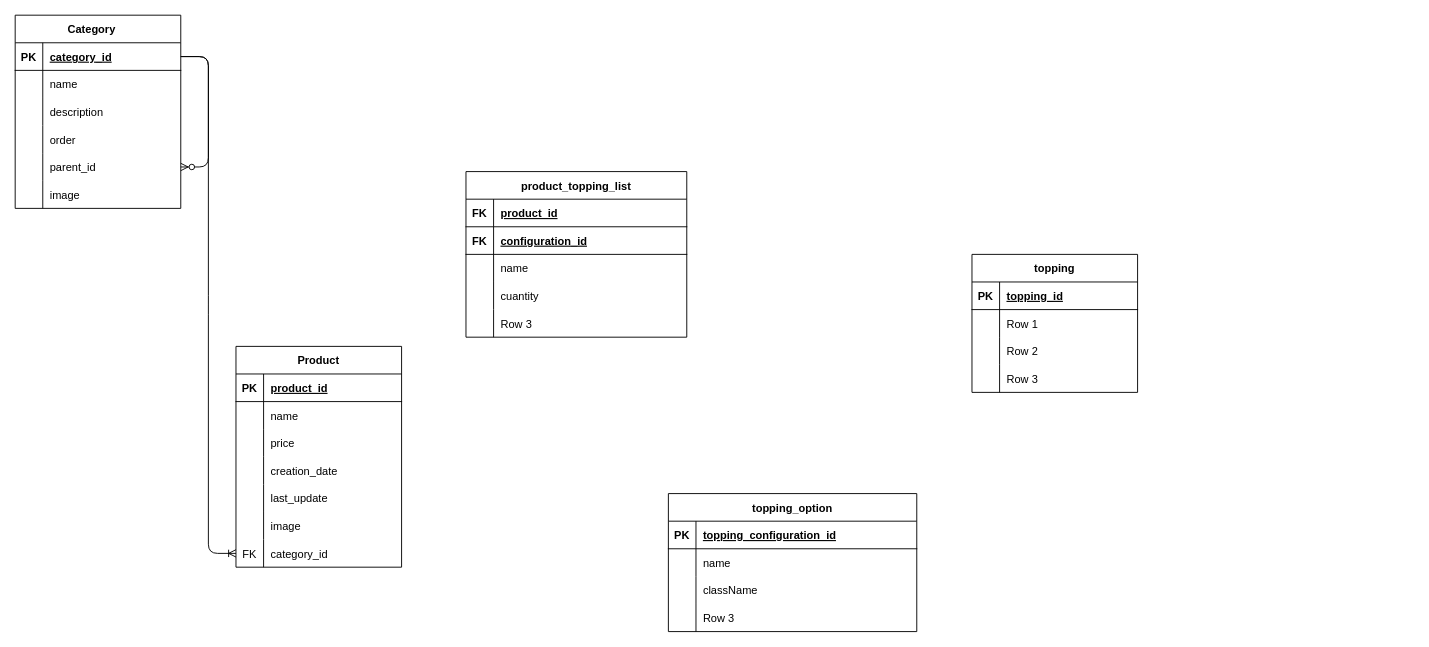
The draw.io diagram IceCreamManagementDB.drawio in Marvin25ronal/ice-cream-management, before the edit. Source tidied: cells renumbered, new cells numbered last; positions are measured from the earlier drawing's top-left corner, leaving out a move shared by most shapes. Both pictures are drawn from the tidied source at 92%, with x=0, y=0 at pixel (15, 15).
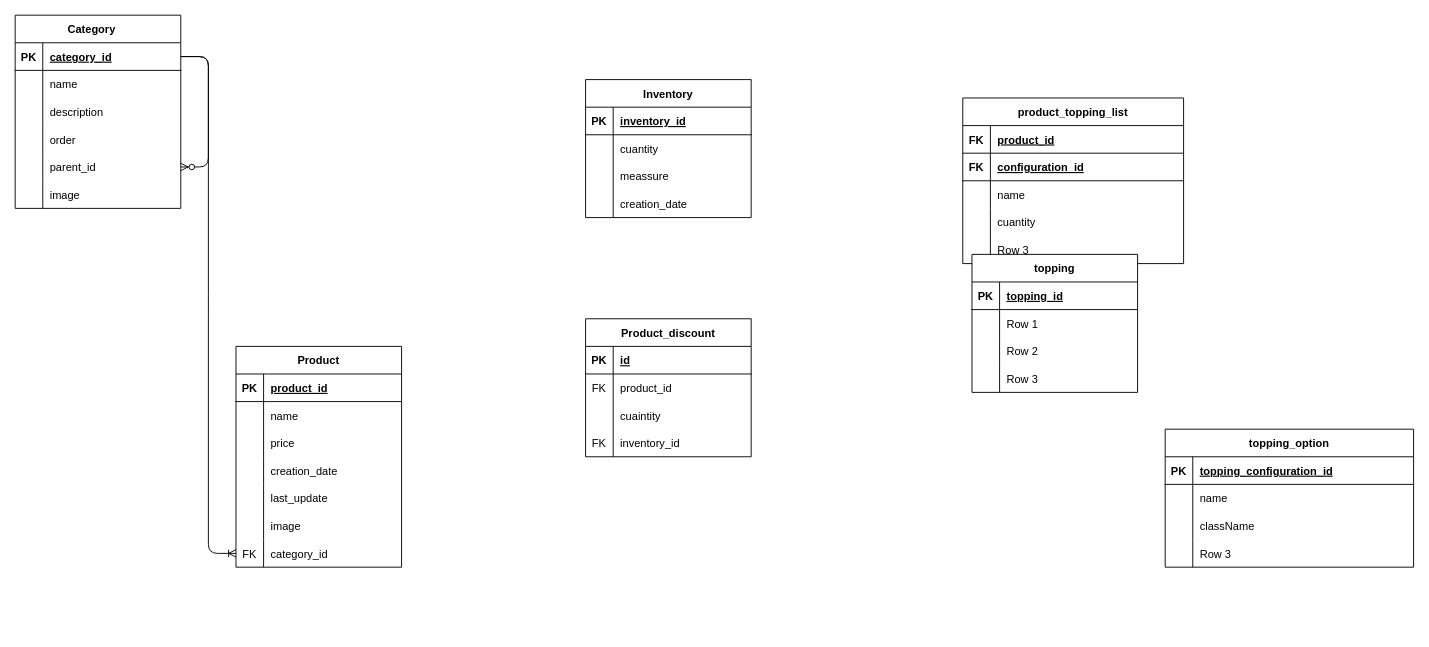
After the change.

Diff of the diagram source:
```diff
@@
     <mxCell id="44" value="topping_option" style="shape=table;startSize=30;childLayout=tableLayout;rowLines=0;fontStyle=1;align=center;" parent="1" vertex="1">
-      <mxGeometry x="710" y="520" width="270" height="150" as="geometry" />
+      <mxGeometry x="1250" y="450" width="270" height="150" as="geometry" />
     </mxCell>
@@
     <mxCell id="57" value="product_topping_list" style="shape=table;startSize=30;childLayout=tableLayout;rowLines=0;fontStyle=1;align=center;" parent="1" vertex="1">
-      <mxGeometry x="490" y="170" width="240" height="180" as="geometry" />
+      <mxGeometry x="1030" y="90" width="240" height="180" as="geometry" />
     </mxCell>
@@
+    <mxCell id="87" value="Inventory" style="shape=table;startSize=30;childLayout=tableLayout;rowLines=0;fontStyle=1;align=center;" parent="1" vertex="1">
+      <mxGeometry x="620" y="70" width="180" height="150" as="geometry" />
+    </mxCell>
+    <mxCell id="88" style="shape=tableRow;horizontal=0;startSize=0;swimlaneHead=0;swimlaneBody=0;fillColor=none;top=0;left=0;right=0;bottom=1;" parent="87" vertex="1">
+      <mxGeometry y="30" width="180" height="30" as="geometry" />
+    </mxCell>
+    <mxCell id="89" value="PK" style="shape=partialRectangle;fillColor=none;top=0;left=0;bottom=0;right=0;fontStyle=1;overflow=hidden;" parent="88" vertex="1">
+      <mxGeometry width="30" height="30" as="geometry" />
+    </mxCell>
+    <mxCell id="90" value="inventory_id" style="shape=partialRectangle;fillColor=none;top=0;left=0;bottom=0;right=0;align=left;spacingLeft=6;fontStyle=5;overflow=hidden;" parent="88" vertex="1">
+      <mxGeometry x="30" width="150" height="30" as="geometry" />
+    </mxCell>
+    <mxCell id="91" style="shape=tableRow;horizontal=0;startSize=0;swimlaneHead=0;swimlaneBody=0;fillColor=none;top=0;left=0;right=0;bottom=0;" parent="87" vertex="1">
+      <mxGeometry y="60" width="180" height="30" as="geometry" />
+    </mxCell>
+    <mxCell id="92" style="shape=partialRectangle;fillColor=none;top=0;left=0;bottom=0;right=0;overflow=hidden;" parent="91" vertex="1">
+      <mxGeometry width="30" height="30" as="geometry" />
+    </mxCell>
+    <mxCell id="93" value="cuantity" style="shape=partialRectangle;fillColor=none;top=0;left=0;bottom=0;right=0;align=left;spacingLeft=6;overflow=hidden;" parent="91" vertex="1">
+      <mxGeometry x="30" width="150" height="30" as="geometry" />
+    </mxCell>
+    <mxCell id="94" style="shape=tableRow;horizontal=0;startSize=0;swimlaneHead=0;swimlaneBody=0;fillColor=none;top=0;left=0;right=0;bottom=0;" parent="87" vertex="1">
+      <mxGeometry y="90" width="180" height="30" as="geometry" />
+    </mxCell>
+    <mxCell id="95" style="shape=partialRectangle;fillColor=none;top=0;left=0;bottom=0;right=0;overflow=hidden;" parent="94" vertex="1">
+      <mxGeometry width="30" height="30" as="geometry" />
+    </mxCell>
+    <mxCell id="96" value="meassure" style="shape=partialRectangle;fillColor=none;top=0;left=0;bottom=0;right=0;align=left;spacingLeft=6;overflow=hidden;" parent="94" vertex="1">
+      <mxGeometry x="30" width="150" height="30" as="geometry" />
+    </mxCell>
+    <mxCell id="97" style="shape=tableRow;horizontal=0;startSize=0;swimlaneHead=0;swimlaneBody=0;fillColor=none;top=0;left=0;right=0;bottom=0;" parent="87" vertex="1">
+      <mxGeometry y="120" width="180" height="30" as="geometry" />
+    </mxCell>
+    <mxCell id="98" style="shape=partialRectangle;fillColor=none;top=0;left=0;bottom=0;right=0;overflow=hidden;" parent="97" vertex="1">
+      <mxGeometry width="30" height="30" as="geometry" />
+    </mxCell>
+    <mxCell id="99" value="creation_date" style="shape=partialRectangle;fillColor=none;top=0;left=0;bottom=0;right=0;align=left;spacingLeft=6;overflow=hidden;" parent="97" vertex="1">
+      <mxGeometry x="30" width="150" height="30" as="geometry" />
+    </mxCell>
+    <mxCell id="100" value="Product_discount" style="shape=table;startSize=30;childLayout=tableLayout;rowLines=0;fontStyle=1;align=center;" parent="1" vertex="1">
+      <mxGeometry x="620" y="330" width="180" height="150" as="geometry" />
+    </mxCell>
+    <mxCell id="101" style="shape=tableRow;horizontal=0;startSize=0;swimlaneHead=0;swimlaneBody=0;fillColor=none;top=0;left=0;right=0;bottom=1;" parent="100" vertex="1">
+      <mxGeometry y="30" width="180" height="30" as="geometry" />
+    </mxCell>
+    <mxCell id="102" value="PK" style="shape=partialRectangle;fillColor=none;top=0;left=0;bottom=0;right=0;fontStyle=1;overflow=hidden;" parent="101" vertex="1">
+      <mxGeometry width="30" height="30" as="geometry" />
+    </mxCell>
+    <mxCell id="103" value="id" style="shape=partialRectangle;fillColor=none;top=0;left=0;bottom=0;right=0;align=left;spacingLeft=6;fontStyle=5;overflow=hidden;" parent="101" vertex="1">
+      <mxGeometry x="30" width="150" height="30" as="geometry" />
+    </mxCell>
+    <mxCell id="104" style="shape=tableRow;horizontal=0;startSize=0;swimlaneHead=0;swimlaneBody=0;fillColor=none;top=0;left=0;right=0;bottom=0;" parent="100" vertex="1">
+      <mxGeometry y="60" width="180" height="30" as="geometry" />
+    </mxCell>
+    <mxCell id="105" value="FK" style="shape=partialRectangle;fillColor=none;top=0;left=0;bottom=0;right=0;overflow=hidden;" parent="104" vertex="1">
+      <mxGeometry width="30" height="30" as="geometry" />
+    </mxCell>
+    <mxCell id="106" value="product_id" style="shape=partialRectangle;fillColor=none;top=0;left=0;bottom=0;right=0;align=left;spacingLeft=6;overflow=hidden;" parent="104" vertex="1">
+      <mxGeometry x="30" width="150" height="30" as="geometry" />
+    </mxCell>
+    <mxCell id="107" style="shape=tableRow;horizontal=0;startSize=0;swimlaneHead=0;swimlaneBody=0;fillColor=none;top=0;left=0;right=0;bottom=0;" parent="100" vertex="1">
+      <mxGeometry y="90" width="180" height="30" as="geometry" />
+    </mxCell>
+    <mxCell id="108" style="shape=partialRectangle;fillColor=none;top=0;left=0;bottom=0;right=0;overflow=hidden;" parent="107" vertex="1">
+      <mxGeometry width="30" height="30" as="geometry" />
+    </mxCell>
+    <mxCell id="109" value="cuaintity" style="shape=partialRectangle;fillColor=none;top=0;left=0;bottom=0;right=0;align=left;spacingLeft=6;overflow=hidden;" parent="107" vertex="1">
+      <mxGeometry x="30" width="150" height="30" as="geometry" />
+    </mxCell>
+    <mxCell id="110" style="shape=tableRow;horizontal=0;startSize=0;swimlaneHead=0;swimlaneBody=0;fillColor=none;top=0;left=0;right=0;bottom=0;" parent="100" vertex="1">
+      <mxGeometry y="120" width="180" height="30" as="geometry" />
+    </mxCell>
+    <mxCell id="111" value="FK" style="shape=partialRectangle;fillColor=none;top=0;left=0;bottom=0;right=0;overflow=hidden;" parent="110" vertex="1">
+      <mxGeometry width="30" height="30" as="geometry" />
+    </mxCell>
+    <mxCell id="112" value="inventory_id" style="shape=partialRectangle;fillColor=none;top=0;left=0;bottom=0;right=0;align=left;spacingLeft=6;overflow=hidden;" parent="110" vertex="1">
+      <mxGeometry x="30" width="150" height="30" as="geometry" />
+    </mxCell>
```
